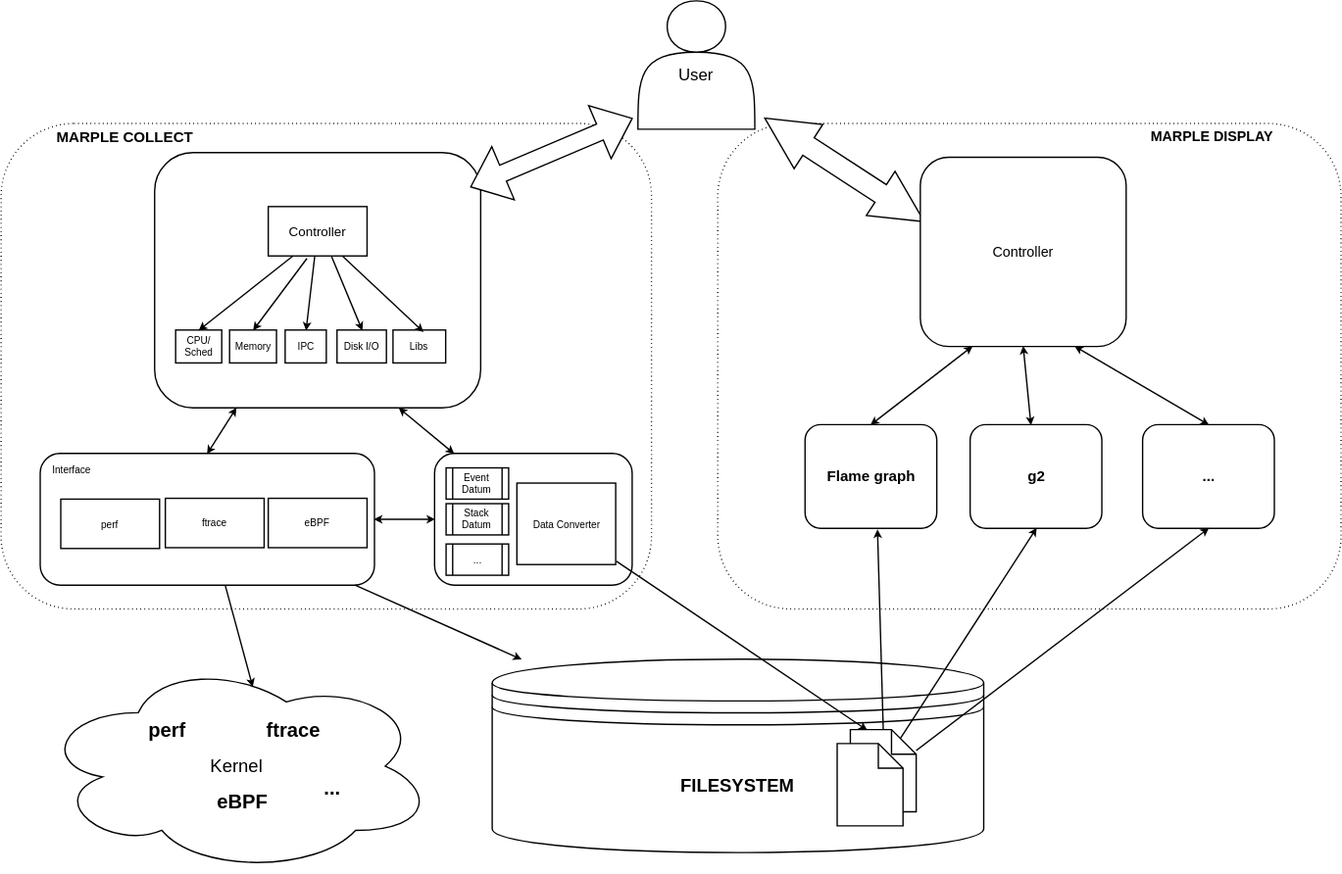
The draw.io diagram res/design.svg in ensoft/marple, before a commit. Source tidied: cells renumbered, new cells last; positions are measured from the earlier drawing's top-left corner, leaving out a move shared by most shapes. Source of this version:
```xml
<mxGraphModel background="#ffffff">
  <root>
    <mxCell id="0" />
    <mxCell id="1" parent="0" />
    <mxCell id="2" value="&lt;font style=&quot;font-size: 18px&quot;&gt;&lt;b&gt;&amp;nbsp;&amp;nbsp;&amp;nbsp;&amp;nbsp;&amp;nbsp;&amp;nbsp;&amp;nbsp;&amp;nbsp;&amp;nbsp;&amp;nbsp;&amp;nbsp;&amp;nbsp; MARPLE COLLECT&lt;/b&gt;&lt;/font&gt;" style="shape=ext;rounded=1;html=1;whiteSpace=wrap;dashed=1;dashPattern=1 4;fontFamily=Helvetica;align=left;verticalAlign=top;" parent="1" vertex="1">
      <mxGeometry x="-0.5" y="149" width="790" height="590" as="geometry" />
    </mxCell>
    <mxCell id="3" value="&lt;font style=&quot;font-size: 17px&quot;&gt;&lt;b&gt;&amp;nbsp;&amp;nbsp;&amp;nbsp;&amp;nbsp;&amp;nbsp;&amp;nbsp;&amp;nbsp;&amp;nbsp;&amp;nbsp;&amp;nbsp; MARPLE DISPLAY&amp;nbsp;&amp;nbsp;&amp;nbsp;&amp;nbsp;&amp;nbsp;&amp;nbsp;&amp;nbsp;&amp;nbsp;&amp;nbsp;&amp;nbsp;&amp;nbsp;&amp;nbsp;&amp;nbsp;&amp;nbsp;&amp;nbsp;&amp;nbsp;&amp;nbsp; &lt;br&gt;&lt;/b&gt;&lt;/font&gt;" style="shape=ext;rounded=1;html=1;whiteSpace=wrap;dashed=1;dashPattern=1 4;fontFamily=Helvetica;align=right;verticalAlign=top;" parent="1" vertex="1">
      <mxGeometry x="870" y="149" width="757" height="590" as="geometry" />
    </mxCell>
    <mxCell id="4" style="rounded=1;whiteSpace=wrap;html=1;fontFamily=Helvetica;align=center;" parent="1" vertex="1">
      <mxGeometry x="186" y="184.5" width="396" height="310" as="geometry" />
    </mxCell>
    <mxCell id="5" style="rounded=1;whiteSpace=wrap;html=1;fontFamily=Helvetica;align=center;" parent="1" vertex="1">
      <mxGeometry x="526" y="550" width="240" height="160" as="geometry" />
    </mxCell>
    <mxCell id="6" style="rounded=1;whiteSpace=wrap;html=1;fontFamily=Helvetica;align=right;labelPosition=left;verticalLabelPosition=top;verticalAlign=bottom;" parent="1" vertex="1">
      <mxGeometry x="47" y="550" width="406" height="160" as="geometry" />
    </mxCell>
    <mxCell id="7" value="&lt;div&gt;perf&lt;/div&gt;" style="rounded=0;whiteSpace=wrap;html=1;fontFamily=Helvetica;" parent="1" vertex="1">
      <mxGeometry x="72" y="605.5" width="120" height="60" as="geometry" />
    </mxCell>
    <mxCell id="8" value="ftrace" style="rounded=0;whiteSpace=wrap;html=1;fontFamily=Helvetica;" parent="1" vertex="1">
      <mxGeometry x="199" y="604.5" width="120" height="60" as="geometry" />
    </mxCell>
    <mxCell id="9" value="&lt;div&gt;eBPF&lt;/div&gt;" style="rounded=0;whiteSpace=wrap;html=1;fontFamily=Helvetica;" parent="1" vertex="1">
      <mxGeometry x="324" y="604.5" width="120" height="60" as="geometry" />
    </mxCell>
    <mxCell id="10" value="&lt;div align=&quot;center&quot;&gt;Data Converter&lt;br&gt;&lt;/div&gt;" style="rounded=0;whiteSpace=wrap;html=1;fontFamily=Helvetica;align=center;" parent="1" vertex="1">
      <mxGeometry x="626" y="586" width="120" height="99" as="geometry" />
    </mxCell>
    <mxCell id="11" value="&lt;h2 style=&quot;font-size: 22px&quot;&gt;&lt;font style=&quot;font-size: 22px&quot;&gt;FILESYSTEM&lt;/font&gt;&lt;/h2&gt;" style="shape=datastore;whiteSpace=wrap;html=1;fontFamily=Helvetica;align=center;fontStyle=1;" parent="1" vertex="1">
      <mxGeometry x="596" y="800" width="597" height="235" as="geometry" />
    </mxCell>
    <mxCell id="12" style="endArrow=classic;html=1;fontFamily=Helvetica;" parent="1" edge="1" source="6" target="11">
      <mxGeometry relative="1" as="geometry" />
    </mxCell>
    <mxCell id="13" value="&lt;div style=&quot;font-size: 20px&quot;&gt;&lt;font style=&quot;font-size: 20px&quot;&gt;&lt;br&gt;&lt;/font&gt;&lt;/div&gt;&lt;div style=&quot;font-size: 20px&quot;&gt;&lt;font style=&quot;font-size: 20px&quot;&gt;User&lt;br&gt;&lt;/font&gt;&lt;/div&gt;" style="shape=actor;whiteSpace=wrap;html=1;fontFamily=Helvetica;align=center;" parent="1" vertex="1">
      <mxGeometry x="773" width="142" height="156" as="geometry" />
    </mxCell>
    <mxCell id="14" style="shape=doubleArrow;direction=south;whiteSpace=wrap;html=1;fontFamily=Helvetica;align=center;rotation=67;" parent="1" vertex="1">
      <mxGeometry x="633" y="78" width="70" height="213" as="geometry" />
    </mxCell>
    <mxCell id="15" value="Memory" style="rounded=0;whiteSpace=wrap;html=1;" parent="1" vertex="1">
      <mxGeometry x="277" y="400" width="57" height="40" as="geometry" />
    </mxCell>
    <mxCell id="16" value="&lt;div&gt;CPU/&lt;/div&gt;&lt;div&gt;Sched&lt;/div&gt;" style="rounded=0;whiteSpace=wrap;html=1;fontFamily=Helvetica;" parent="1" vertex="1">
      <mxGeometry x="211.5" y="400" width="56" height="40" as="geometry" />
    </mxCell>
    <mxCell id="17" value="&lt;div&gt;Libs&lt;/div&gt;" style="rounded=0;whiteSpace=wrap;html=1;" parent="1" vertex="1">
      <mxGeometry x="475.5" y="400" width="64" height="40" as="geometry" />
    </mxCell>
    <mxCell id="18" value="Disk I/O" style="rounded=0;whiteSpace=wrap;html=1;" parent="1" vertex="1">
      <mxGeometry x="407.5" y="400" width="60" height="40" as="geometry" />
    </mxCell>
    <mxCell id="19" value="IPC" style="rounded=0;whiteSpace=wrap;html=1;" parent="1" vertex="1">
      <mxGeometry x="344.5" y="400" width="50" height="40" as="geometry" />
    </mxCell>
    <mxCell id="20" value="&lt;div style=&quot;font-size: 16px;&quot;&gt;Controller&lt;/div&gt;" style="rounded=0;whiteSpace=wrap;html=1;fontFamily=Helvetica;align=center;fontSize=16;" parent="1" vertex="1">
      <mxGeometry x="324" y="250" width="120" height="60" as="geometry" />
    </mxCell>
    <mxCell id="21" style="endArrow=classic;html=1;fontFamily=Helvetica;entryX=0.5;entryY=0;exitX=0.25;exitY=1;" parent="1" edge="1" source="20" target="16">
      <mxGeometry relative="1" as="geometry" />
    </mxCell>
    <mxCell id="22" style="endArrow=classic;html=1;fontFamily=Helvetica;entryX=0.575;entryY=0.05;entryPerimeter=0;exitX=0.75;exitY=1;" parent="1" edge="1" source="20" target="17">
      <mxGeometry relative="1" as="geometry" />
    </mxCell>
    <mxCell id="23" style="endArrow=classic;html=1;fontFamily=Helvetica;exitX=0.638;exitY=1.017;entryX=0.5;entryY=0;exitPerimeter=0;" parent="1" edge="1" source="20" target="18">
      <mxGeometry relative="1" as="geometry" />
    </mxCell>
    <mxCell id="24" style="endArrow=classic;html=1;fontFamily=Helvetica;entryX=0.5;entryY=0;exitX=0.392;exitY=1.05;exitPerimeter=0;" parent="1" edge="1" source="20" target="15">
      <mxGeometry relative="1" as="geometry" />
    </mxCell>
    <mxCell id="25" style="endArrow=classic;html=1;fontFamily=Helvetica;entryX=0.5;entryY=0;" parent="1" edge="1" source="20" target="19">
      <mxGeometry relative="1" as="geometry" />
    </mxCell>
    <mxCell id="26" style="endArrow=classic;html=1;fontFamily=Helvetica;entryX=0.539;entryY=0.127;entryPerimeter=0;" parent="1" edge="1" source="6" target="52">
      <mxGeometry relative="1" as="geometry" />
    </mxCell>
    <mxCell id="27" style="endArrow=classic;startArrow=classic;html=1;fontFamily=Helvetica;exitX=0.75;exitY=1;" parent="1" edge="1" source="4" target="5">
      <mxGeometry relative="1" as="geometry" />
    </mxCell>
    <mxCell id="28" style="endArrow=classic;html=1;fontFamily=Helvetica;exitX=1.008;exitY=0.96;entryX=0.25;entryY=0;exitPerimeter=0;" parent="1" edge="1" source="10" target="40">
      <mxGeometry relative="1" as="geometry" />
    </mxCell>
    <mxCell id="29" value="Event Datum" style="shape=process;whiteSpace=wrap;html=1;backgroundOutline=1;fontFamily=Helvetica;align=center;" parent="1" vertex="1">
      <mxGeometry x="540" y="567.5" width="76" height="38" as="geometry" />
    </mxCell>
    <mxCell id="30" value="Stack Datum" style="shape=process;whiteSpace=wrap;html=1;backgroundOutline=1;fontFamily=Helvetica;align=center;" parent="1" vertex="1">
      <mxGeometry x="540" y="611" width="76" height="38" as="geometry" />
    </mxCell>
    <mxCell id="31" value="..." style="shape=process;whiteSpace=wrap;html=1;backgroundOutline=1;fontFamily=Helvetica;align=center;" parent="1" vertex="1">
      <mxGeometry x="540" y="660" width="76" height="38" as="geometry" />
    </mxCell>
    <mxCell id="32" style="endArrow=classic;startArrow=classic;html=1;fontFamily=Helvetica;entryX=0;entryY=0.5;exitX=1;exitY=0.5;" parent="1" edge="1" source="6" target="5">
      <mxGeometry relative="1" as="geometry" />
    </mxCell>
    <mxCell id="33" style="endArrow=classic;startArrow=classic;html=1;fontFamily=Helvetica;entryX=0.25;entryY=1;exitX=0.5;exitY=0;" parent="1" edge="1" source="6" target="4">
      <mxGeometry relative="1" as="geometry" />
    </mxCell>
    <mxCell id="34" value="Interface" style="text;html=1;fontFamily=Helvetica;" parent="1" vertex="1">
      <mxGeometry x="60" y="556" width="80" height="30" as="geometry" />
    </mxCell>
    <mxCell id="35" style="shape=doubleArrow;direction=south;whiteSpace=wrap;html=1;fontFamily=Helvetica;align=center;rotation=123;arrowWidth=0.39778392376296096;arrowSize=0.2735944440980642;" parent="1" vertex="1">
      <mxGeometry x="992" y="90" width="64" height="231" as="geometry" />
    </mxCell>
    <mxCell id="36" value="Controller" style="rounded=1;whiteSpace=wrap;html=1;fontFamily=Helvetica;align=center;fontSize=17;" parent="1" vertex="1">
      <mxGeometry x="1116" y="190" width="250" height="230" as="geometry" />
    </mxCell>
    <mxCell id="37" value="&lt;h2&gt;&lt;b&gt;Flame graph&lt;/b&gt;&lt;/h2&gt;" style="rounded=1;whiteSpace=wrap;html=1;fontFamily=Helvetica;align=center;" parent="1" vertex="1">
      <mxGeometry x="976" y="515" width="160" height="126" as="geometry" />
    </mxCell>
    <mxCell id="38" style="group;" parent="1" vertex="1">
      <mxGeometry x="1015" y="885.5" width="96" height="117" as="geometry" />
    </mxCell>
    <mxCell id="39" style="group;" parent="38" vertex="1">
      <mxGeometry width="96" height="117" as="geometry" />
    </mxCell>
    <mxCell id="40" style="shape=note;whiteSpace=wrap;html=1;backgroundOutline=1;fontFamily=Helvetica;align=center;" parent="39" vertex="1">
      <mxGeometry x="16" width="80" height="100" as="geometry" />
    </mxCell>
    <mxCell id="41" style="shape=note;whiteSpace=wrap;html=1;backgroundOutline=1;fontFamily=Helvetica;align=center;" parent="39" vertex="1">
      <mxGeometry y="17" width="80" height="100" as="geometry" />
    </mxCell>
    <mxCell id="42" style="edgeStyle=orthogonalEdgeStyle;rounded=0;html=1;exitX=0.5;exitY=0;entryX=0.5;entryY=0;jettySize=auto;orthogonalLoop=1;fontFamily=Helvetica;" parent="39" edge="1" source="40" target="40">
      <mxGeometry relative="1" as="geometry" />
    </mxCell>
    <mxCell id="43" value="&lt;h2&gt;&lt;b&gt;g2&lt;/b&gt;&lt;/h2&gt;" style="rounded=1;whiteSpace=wrap;html=1;fontFamily=Helvetica;align=center;" parent="1" vertex="1">
      <mxGeometry x="1176.5" y="515" width="160" height="126" as="geometry" />
    </mxCell>
    <mxCell id="44" value="&lt;h2&gt;&lt;b&gt;...&lt;/b&gt;&lt;/h2&gt;" style="rounded=1;whiteSpace=wrap;html=1;fontFamily=Helvetica;align=center;" parent="1" vertex="1">
      <mxGeometry x="1386" y="515" width="160" height="126" as="geometry" />
    </mxCell>
    <mxCell id="45" style="endArrow=classic;html=1;fontFamily=Helvetica;fontSize=16;exitX=0.5;exitY=0;entryX=0.55;entryY=1.016;entryPerimeter=0;" parent="1" edge="1" source="40" target="37">
      <mxGeometry relative="1" as="geometry" />
    </mxCell>
    <mxCell id="46" style="endArrow=classic;startArrow=classic;html=1;fontFamily=Helvetica;fontSize=16;exitX=0.5;exitY=0;entryX=0.25;entryY=1;" parent="1" edge="1" source="37" target="36">
      <mxGeometry relative="1" as="geometry" />
    </mxCell>
    <mxCell id="47" style="endArrow=classic;startArrow=classic;html=1;fontFamily=Helvetica;fontSize=16;entryX=0.5;entryY=1;" parent="1" edge="1" source="43" target="36">
      <mxGeometry relative="1" as="geometry" />
    </mxCell>
    <mxCell id="48" style="endArrow=classic;startArrow=classic;html=1;fontFamily=Helvetica;fontSize=16;exitX=0.5;exitY=0;entryX=0.75;entryY=1;" parent="1" edge="1" source="44" target="36">
      <mxGeometry relative="1" as="geometry" />
    </mxCell>
    <mxCell id="49" style="endArrow=classic;html=1;fontFamily=Helvetica;fontSize=16;entryX=0.5;entryY=1;exitX=0.763;exitY=0.1;exitPerimeter=0;" parent="1" edge="1" source="40" target="43">
      <mxGeometry relative="1" as="geometry" />
    </mxCell>
    <mxCell id="50" style="endArrow=classic;html=1;fontFamily=Helvetica;fontSize=16;entryX=0.5;entryY=1;exitX=1;exitY=0.25;" parent="1" edge="1" source="40" target="44">
      <mxGeometry relative="1" as="geometry" />
    </mxCell>
    <mxCell id="51" style="group;" parent="1" vertex="1">
      <mxGeometry x="46" y="800" width="480" height="260" as="geometry" />
    </mxCell>
    <mxCell id="52" value="&lt;font style=&quot;font-size: 22px&quot;&gt;Kernel&lt;/font&gt;" style="ellipse;shape=cloud;whiteSpace=wrap;html=1;fontFamily=Helvetica;align=center;" parent="51" vertex="1">
      <mxGeometry width="480" height="260" as="geometry" />
    </mxCell>
    <mxCell id="53" value="&lt;div&gt;perf&lt;/div&gt;" style="text;strokeColor=none;fillColor=none;html=1;fontSize=24;fontStyle=1;verticalAlign=middle;align=center;" parent="51" vertex="1">
      <mxGeometry x="83.6" y="52" width="154.8" height="69.3" as="geometry" />
    </mxCell>
    <mxCell id="54" value="ftrace" style="text;strokeColor=none;fillColor=none;html=1;fontSize=24;fontStyle=1;verticalAlign=middle;align=center;" parent="51" vertex="1">
      <mxGeometry x="238.5" y="52" width="154.8" height="69.3" as="geometry" />
    </mxCell>
    <mxCell id="55" value="&lt;div&gt;eBPF&lt;/div&gt;" style="text;strokeColor=none;fillColor=none;html=1;fontSize=24;fontStyle=1;verticalAlign=middle;align=center;" parent="51" vertex="1">
      <mxGeometry x="173.4" y="138.7" width="154.8" height="69.3" as="geometry" />
    </mxCell>
    <mxCell id="56" value="..." style="text;strokeColor=none;fillColor=none;html=1;fontSize=24;fontStyle=1;verticalAlign=middle;align=center;" parent="51" vertex="1">
      <mxGeometry x="280.3" y="121.3" width="154.8" height="69.3" as="geometry" />
    </mxCell>
  </root>
</mxGraphModel>
```
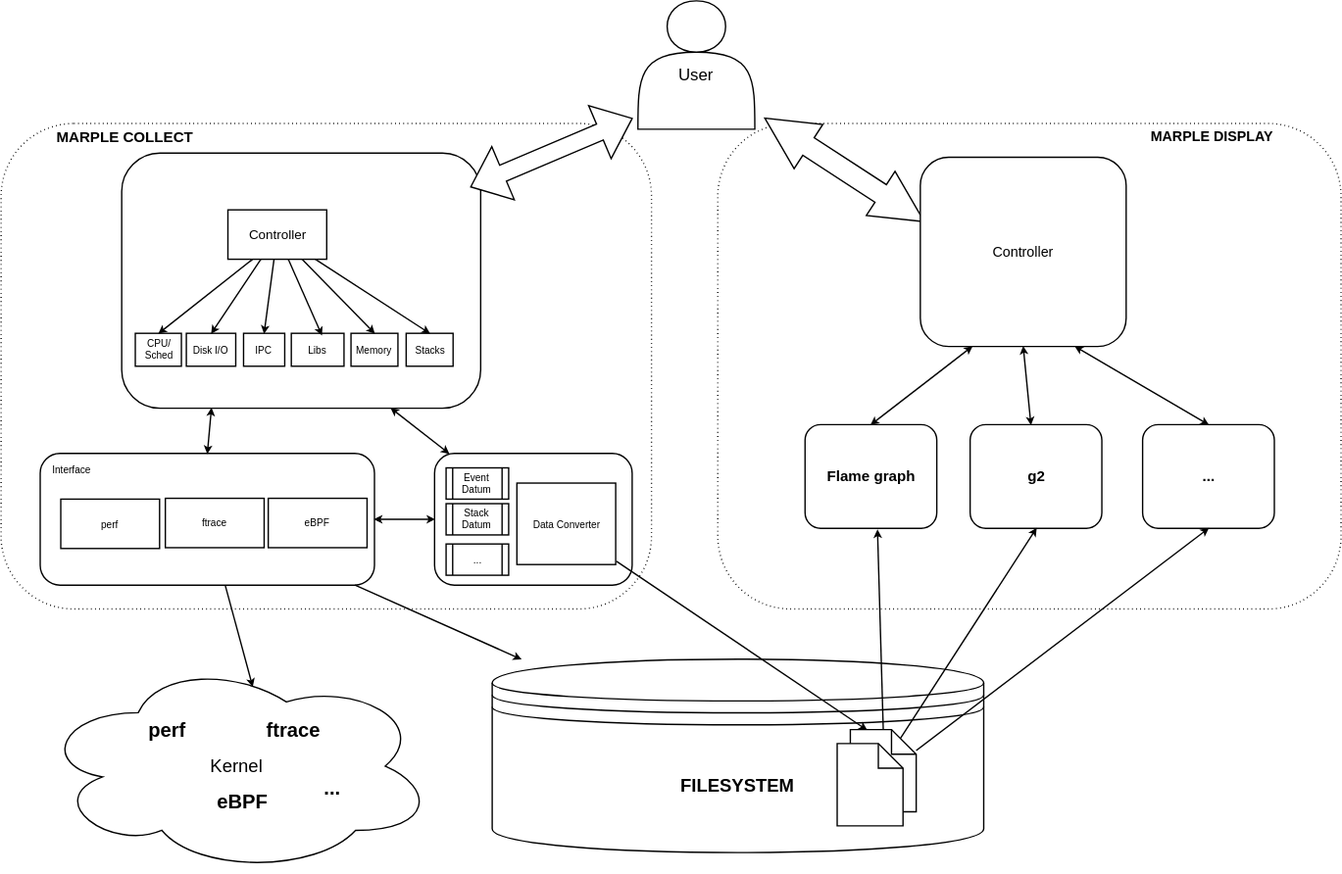
Above is the later version.

Commit message:
Update graphics design

Change to the diagram source:
```diff
@@ -9,7 +9,7 @@
       <mxGeometry x="870" y="149" width="757" height="590" as="geometry" />
     </mxCell>
     <mxCell id="4" style="rounded=1;whiteSpace=wrap;html=1;fontFamily=Helvetica;align=center;" parent="1" vertex="1">
-      <mxGeometry x="186" y="184.5" width="396" height="310" as="geometry" />
+      <mxGeometry x="146" y="185" width="436" height="310" as="geometry" />
     </mxCell>
     <mxCell id="5" style="rounded=1;whiteSpace=wrap;html=1;fontFamily=Helvetica;align=center;" parent="1" vertex="1">
       <mxGeometry x="526" y="550" width="240" height="160" as="geometry" />
@@ -42,36 +42,36 @@
       <mxGeometry x="633" y="78" width="70" height="213" as="geometry" />
     </mxCell>
     <mxCell id="15" value="Memory" style="rounded=0;whiteSpace=wrap;html=1;" parent="1" vertex="1">
-      <mxGeometry x="277" y="400" width="57" height="40" as="geometry" />
+      <mxGeometry x="424.5" y="404" width="57" height="40" as="geometry" />
     </mxCell>
     <mxCell id="16" value="&lt;div&gt;CPU/&lt;/div&gt;&lt;div&gt;Sched&lt;/div&gt;" style="rounded=0;whiteSpace=wrap;html=1;fontFamily=Helvetica;" parent="1" vertex="1">
-      <mxGeometry x="211.5" y="400" width="56" height="40" as="geometry" />
+      <mxGeometry x="162.5" y="404" width="56" height="40" as="geometry" />
     </mxCell>
     <mxCell id="17" value="&lt;div&gt;Libs&lt;/div&gt;" style="rounded=0;whiteSpace=wrap;html=1;" parent="1" vertex="1">
-      <mxGeometry x="475.5" y="400" width="64" height="40" as="geometry" />
+      <mxGeometry x="352" y="404" width="64" height="40" as="geometry" />
     </mxCell>
     <mxCell id="18" value="Disk I/O" style="rounded=0;whiteSpace=wrap;html=1;" parent="1" vertex="1">
-      <mxGeometry x="407.5" y="400" width="60" height="40" as="geometry" />
+      <mxGeometry x="224.5" y="404" width="60" height="40" as="geometry" />
     </mxCell>
     <mxCell id="19" value="IPC" style="rounded=0;whiteSpace=wrap;html=1;" parent="1" vertex="1">
-      <mxGeometry x="344.5" y="400" width="50" height="40" as="geometry" />
+      <mxGeometry x="294" y="404" width="50" height="40" as="geometry" />
     </mxCell>
     <mxCell id="20" value="&lt;div style=&quot;font-size: 16px;&quot;&gt;Controller&lt;/div&gt;" style="rounded=0;whiteSpace=wrap;html=1;fontFamily=Helvetica;align=center;fontSize=16;" parent="1" vertex="1">
-      <mxGeometry x="324" y="250" width="120" height="60" as="geometry" />
+      <mxGeometry x="275" y="254" width="120" height="60" as="geometry" />
     </mxCell>
     <mxCell id="21" style="endArrow=classic;html=1;fontFamily=Helvetica;entryX=0.5;entryY=0;exitX=0.25;exitY=1;" parent="1" edge="1" source="20" target="16">
       <mxGeometry relative="1" as="geometry" />
     </mxCell>
-    <mxCell id="22" style="endArrow=classic;html=1;fontFamily=Helvetica;entryX=0.575;entryY=0.05;entryPerimeter=0;exitX=0.75;exitY=1;" parent="1" edge="1" source="20" target="17">
+    <mxCell id="22" style="endArrow=classic;html=1;fontFamily=Helvetica;entryX=0.575;entryY=0.05;entryPerimeter=0;" parent="1" edge="1" source="20" target="17">
       <mxGeometry relative="1" as="geometry" />
     </mxCell>
-    <mxCell id="23" style="endArrow=classic;html=1;fontFamily=Helvetica;exitX=0.638;exitY=1.017;entryX=0.5;entryY=0;exitPerimeter=0;" parent="1" edge="1" source="20" target="18">
+    <mxCell id="23" style="endArrow=classic;html=1;fontFamily=Helvetica;entryX=0.5;entryY=0;" parent="1" edge="1" source="20" target="19">
       <mxGeometry relative="1" as="geometry" />
     </mxCell>
-    <mxCell id="24" style="endArrow=classic;html=1;fontFamily=Helvetica;entryX=0.5;entryY=0;exitX=0.392;exitY=1.05;exitPerimeter=0;" parent="1" edge="1" source="20" target="15">
+    <mxCell id="24" style="endArrow=classic;html=1;fontFamily=Helvetica;entryX=0.5;entryY=0;exitX=0.75;exitY=1;" parent="1" edge="1" source="20" target="15">
       <mxGeometry relative="1" as="geometry" />
     </mxCell>
-    <mxCell id="25" style="endArrow=classic;html=1;fontFamily=Helvetica;entryX=0.5;entryY=0;" parent="1" edge="1" source="20" target="19">
+    <mxCell id="25" style="endArrow=classic;html=1;fontFamily=Helvetica;entryX=0.5;entryY=0;" parent="1" edge="1" source="20" target="18">
       <mxGeometry relative="1" as="geometry" />
     </mxCell>
     <mxCell id="26" style="endArrow=classic;html=1;fontFamily=Helvetica;entryX=0.539;entryY=0.127;entryPerimeter=0;" parent="1" edge="1" source="6" target="52">
@@ -167,5 +167,11 @@
     <mxCell id="56" value="..." style="text;strokeColor=none;fillColor=none;html=1;fontSize=24;fontStyle=1;verticalAlign=middle;align=center;" parent="51" vertex="1">
       <mxGeometry x="280.3" y="121.3" width="154.8" height="69.3" as="geometry" />
     </mxCell>
+    <mxCell id="57" value="Stacks" style="rounded=0;whiteSpace=wrap;html=1;" parent="1" vertex="1">
+      <mxGeometry x="491.5" y="404" width="57" height="40" as="geometry" />
+    </mxCell>
+    <mxCell id="58" style="endArrow=classic;html=1;fontFamily=Helvetica;entryX=0.5;entryY=0;" parent="1" edge="1" source="20" target="57">
+      <mxGeometry relative="1" as="geometry" />
+    </mxCell>
   </root>
 </mxGraphModel>
```
